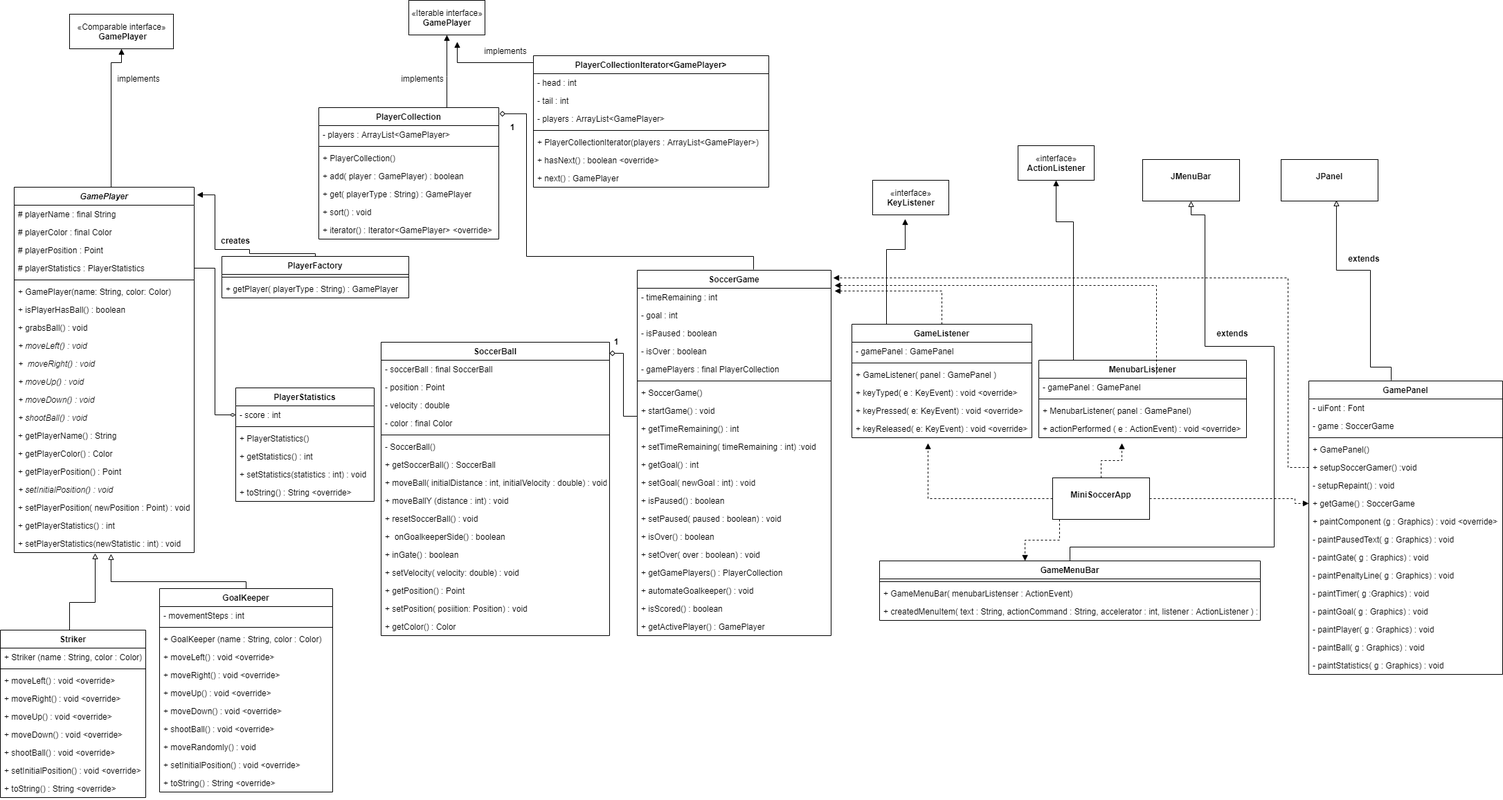
kim-boho/MiniSoccorGame-3311-Project2- keeps this draw.io diagram as UML-Class-Diagram/miniSoccerGame-uml.drawio.png. Above is the earlier version. Source tidied: cells renumbered, new cells last; positions are measured from the earlier drawing's top-left corner, leaving out a move shared by most shapes.
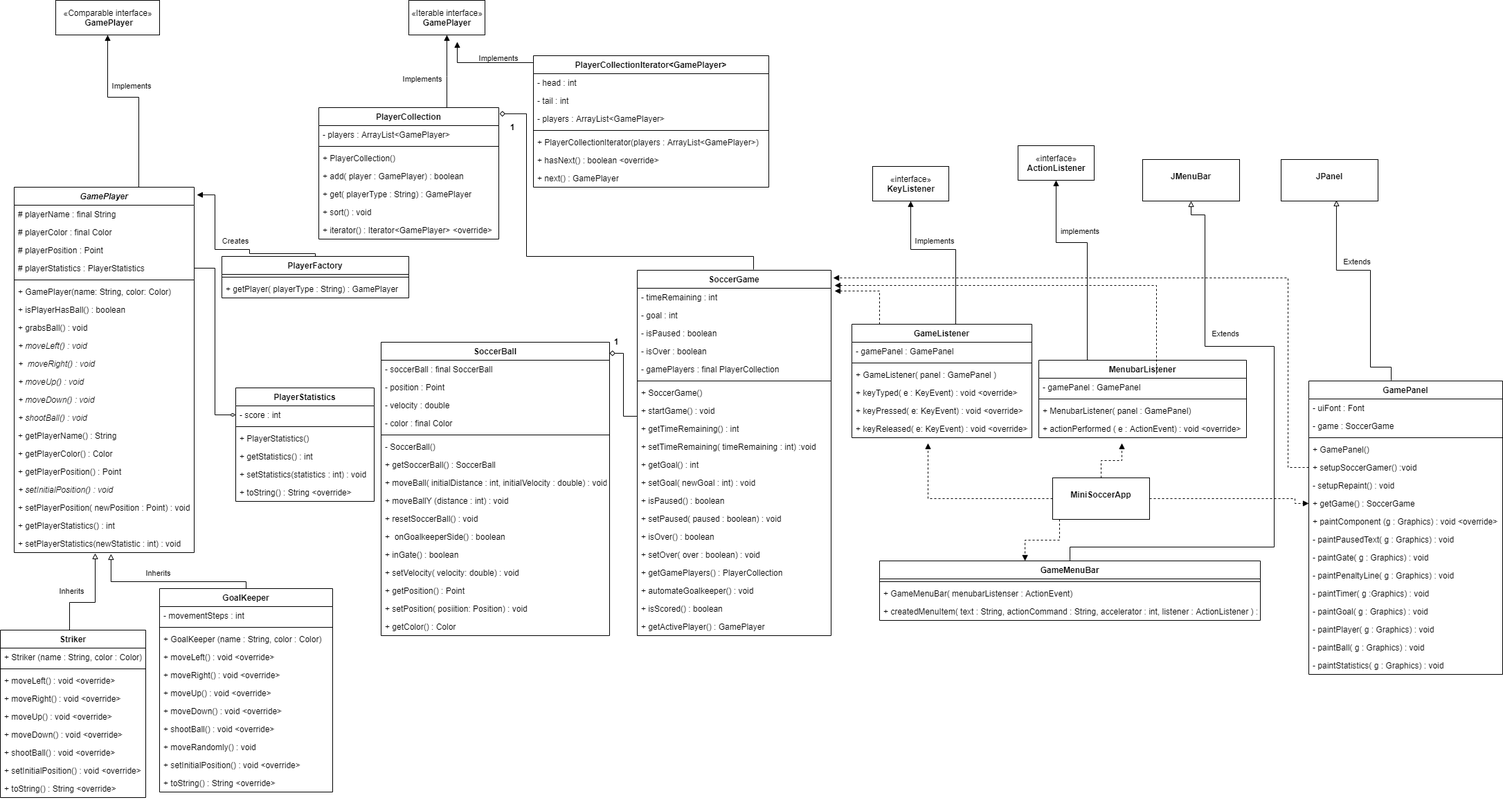
Later version of the same file.

Commit message:
update class diagram

What changed in the source:
```diff
@@ -5,8 +5,8 @@
     <mxCell id="2" style="edgeStyle=orthogonalEdgeStyle;rounded=0;jettySize=auto;html=1;entryX=0.5;entryY=1;entryDx=0;entryDy=0;endArrow=block;endFill=1;" parent="1" edge="1" source="3" target="57">
       <mxGeometry relative="1" as="geometry">
         <Array as="points">
-          <mxPoint x="160" y="90" />
-          <mxPoint x="175" y="90" />
+          <mxPoint x="200" y="140" />
+          <mxPoint x="155" y="140" />
         </Array>
       </mxGeometry>
     </mxCell>
@@ -188,13 +188,13 @@
       <mxGeometry y="164" width="260" height="26" as="geometry" />
     </mxCell>
     <mxCell id="57" value="«Comparable interface»&lt;br&gt;&lt;b&gt;&amp;nbsp;GamePlayer&lt;/b&gt;" style="html=1;" parent="1" vertex="1">
-      <mxGeometry x="100" y="20" width="150" height="50" as="geometry" />
+      <mxGeometry x="80" width="150" height="50" as="geometry" />
     </mxCell>
     <mxCell id="58" value="«Iterable interface»&lt;br&gt;&lt;b&gt;GamePlayer&lt;/b&gt;" style="html=1;" parent="1" vertex="1">
       <mxGeometry x="590" width="110" height="50" as="geometry" />
     </mxCell>
-    <mxCell id="59" value="implements" style="text;align=center;fontStyle=0;verticalAlign=middle;spacingLeft=3;spacingRight=3;strokeColor=none;" parent="1" vertex="1">
-      <mxGeometry x="690" y="60" width="80" height="26" as="geometry" />
+    <mxCell id="59" value="Implements" style="text;align=center;fontStyle=0;verticalAlign=middle;spacingLeft=3;spacingRight=3;strokeColor=none;fontSize=11;" parent="1" vertex="1">
+      <mxGeometry x="680" y="70" width="80" height="26" as="geometry" />
     </mxCell>
     <mxCell id="60" style="edgeStyle=orthogonalEdgeStyle;rounded=0;jettySize=auto;html=1;endArrow=block;endFill=1;" parent="1" edge="1" source="61">
       <mxGeometry relative="1" as="geometry">
@@ -228,7 +228,7 @@
     <mxCell id="68" value="+ next() : GamePlayer" style="text;strokeColor=none;fillColor=none;align=left;verticalAlign=top;spacingLeft=4;spacingRight=4;overflow=hidden;" parent="61" vertex="1">
       <mxGeometry y="164" width="340" height="26" as="geometry" />
     </mxCell>
-    <mxCell id="69" value="implements" style="text;align=center;fontStyle=0;verticalAlign=middle;spacingLeft=3;spacingRight=3;strokeColor=none;" parent="1" vertex="1">
+    <mxCell id="69" value="Implements" style="text;align=center;fontStyle=0;verticalAlign=middle;spacingLeft=3;spacingRight=3;strokeColor=none;fontSize=11;" parent="1" vertex="1">
       <mxGeometry x="570" y="100" width="80" height="26" as="geometry" />
     </mxCell>
     <mxCell id="70" style="edgeStyle=orthogonalEdgeStyle;rounded=0;jettySize=auto;html=1;entryX=1.015;entryY=0.021;entryDx=0;entryDy=0;entryPerimeter=0;endArrow=block;endFill=1;" parent="1" edge="1" target="3">
@@ -252,7 +252,7 @@
     <mxCell id="73" value="+ getPlayer( playerType : String) : GamePlayer" style="text;strokeColor=none;fillColor=none;align=left;verticalAlign=top;spacingLeft=4;spacingRight=4;overflow=hidden;" parent="71" vertex="1">
       <mxGeometry y="34" width="270" height="26" as="geometry" />
     </mxCell>
-    <mxCell id="74" value="creates" style="text;align=center;fontStyle=1;verticalAlign=middle;spacingLeft=3;spacingRight=3;strokeColor=none;" parent="1" vertex="1">
+    <mxCell id="74" value="Creates" style="text;align=center;fontStyle=0;verticalAlign=middle;spacingLeft=3;spacingRight=3;strokeColor=none;fontSize=11;" parent="1" vertex="1">
       <mxGeometry x="300" y="334" width="80" height="26" as="geometry" />
     </mxCell>
     <mxCell id="75" value="PlayerStatistics" style="swimlane;fontStyle=1;align=center;verticalAlign=top;horizontal=1;startSize=26;" parent="1" vertex="1">
@@ -411,22 +411,22 @@
         </Array>
       </mxGeometry>
     </mxCell>
-    <mxCell id="123" value="implements" style="text;align=center;fontStyle=0;verticalAlign=middle;spacingLeft=3;spacingRight=3;strokeColor=none;" parent="1" vertex="1">
-      <mxGeometry x="160" y="100" width="80" height="26" as="geometry" />
+    <mxCell id="123" value="Implements" style="text;align=center;fontStyle=0;verticalAlign=middle;spacingLeft=3;spacingRight=3;strokeColor=none;fontSize=11;" parent="1" vertex="1">
+      <mxGeometry x="150" y="110" width="80" height="26" as="geometry" />
     </mxCell>
-    <mxCell id="124" style="edgeStyle=orthogonalEdgeStyle;rounded=0;jettySize=auto;html=1;entryX=0.427;entryY=1.12;entryDx=0;entryDy=0;entryPerimeter=0;startArrow=none;startFill=0;endArrow=block;endFill=1;exitX=0.25;exitY=0;exitDx=0;exitDy=0;" parent="1" edge="1" source="126" target="133">
+    <mxCell id="124" style="edgeStyle=orthogonalEdgeStyle;rounded=0;jettySize=auto;html=1;entryX=0.5;entryY=1;entryDx=0;entryDy=0;startArrow=none;startFill=0;endArrow=block;endFill=1;exitX=0.25;exitY=0;exitDx=0;exitDy=0;" parent="1" edge="1" source="126" target="133">
       <mxGeometry relative="1" as="geometry">
         <Array as="points">
-          <mxPoint x="1280" y="468" />
-          <mxPoint x="1280" y="360" />
-          <mxPoint x="1307" y="360" />
+          <mxPoint x="1380" y="468" />
+          <mxPoint x="1380" y="360" />
+          <mxPoint x="1315" y="360" />
         </Array>
       </mxGeometry>
     </mxCell>
     <mxCell id="125" style="edgeStyle=orthogonalEdgeStyle;rounded=0;jettySize=auto;html=1;startArrow=none;startFill=0;endArrow=block;endFill=1;dashed=1;entryX=1.018;entryY=0.154;entryDx=0;entryDy=0;entryPerimeter=0;" parent="1" edge="1" source="126" target="101">
       <mxGeometry relative="1" as="geometry">
         <Array as="points">
-          <mxPoint x="1360" y="420" />
+          <mxPoint x="1270" y="420" />
         </Array>
       </mxGeometry>
     </mxCell>
@@ -452,7 +452,7 @@
       <mxGeometry y="138" width="260" height="26" as="geometry" />
     </mxCell>
     <mxCell id="133" value="«interface»&lt;br&gt;&lt;b&gt;KeyListener&lt;/b&gt;" style="html=1;" parent="1" vertex="1">
-      <mxGeometry x="1260" y="260" width="110" height="50" as="geometry" />
+      <mxGeometry x="1260" y="240" width="110" height="50" as="geometry" />
     </mxCell>
     <mxCell id="134" value="«interface»&lt;br&gt;&lt;b&gt;ActionListener&lt;/b&gt;" style="html=1;" parent="1" vertex="1">
       <mxGeometry x="1470" y="210" width="110" height="50" as="geometry" />
@@ -460,8 +460,8 @@
     <mxCell id="135" style="edgeStyle=orthogonalEdgeStyle;rounded=0;jettySize=auto;html=1;startArrow=none;startFill=0;endArrow=block;endFill=1;entryX=0.5;entryY=1;entryDx=0;entryDy=0;" parent="1" edge="1" source="136" target="134">
       <mxGeometry relative="1" as="geometry">
         <Array as="points">
-          <mxPoint x="1550" y="320" />
-          <mxPoint x="1525" y="320" />
+          <mxPoint x="1570" y="350" />
+          <mxPoint x="1525" y="350" />
         </Array>
       </mxGeometry>
     </mxCell>
@@ -580,11 +580,11 @@
     <mxCell id="166" value="&lt;p style=&quot;margin: 0px ; margin-top: 4px ; text-align: center&quot;&gt;&lt;br&gt;&lt;b&gt;JMenuBar&lt;/b&gt;&lt;/p&gt;" style="verticalAlign=top;align=left;overflow=fill;fontSize=12;fontFamily=Helvetica;html=1;" parent="1" vertex="1">
       <mxGeometry x="1650" y="230" width="140" height="60" as="geometry" />
     </mxCell>
-    <mxCell id="167" value="extends" style="text;align=center;fontStyle=1;verticalAlign=middle;spacingLeft=3;spacingRight=3;strokeColor=none;" parent="1" vertex="1">
-      <mxGeometry x="1930" y="360" width="80" height="26" as="geometry" />
+    <mxCell id="167" value="Extends" style="text;align=center;fontStyle=0;verticalAlign=middle;spacingLeft=3;spacingRight=3;strokeColor=none;fontSize=11;" parent="1" vertex="1">
+      <mxGeometry x="1920" y="364" width="80" height="26" as="geometry" />
     </mxCell>
-    <mxCell id="168" value="extends" style="text;align=center;fontStyle=1;verticalAlign=middle;spacingLeft=3;spacingRight=3;strokeColor=none;" parent="1" vertex="1">
-      <mxGeometry x="1740" y="468" width="80" height="26" as="geometry" />
+    <mxCell id="168" value="Extends" style="text;align=center;fontStyle=0;verticalAlign=middle;spacingLeft=3;spacingRight=3;strokeColor=none;fontSize=11;" parent="1" vertex="1">
+      <mxGeometry x="1730" y="468" width="80" height="26" as="geometry" />
     </mxCell>
     <mxCell id="169" style="edgeStyle=orthogonalEdgeStyle;rounded=0;jettySize=auto;html=1;endArrow=block;endFill=1;dashed=1;entryX=1.011;entryY=0.021;entryDx=0;entryDy=0;entryPerimeter=0;exitX=0;exitY=0.5;exitDx=0;exitDy=0;" parent="1" edge="1" source="153" target="100">
       <mxGeometry relative="1" as="geometry">
@@ -628,5 +628,17 @@
     <mxCell id="176" value="1" style="text;align=center;fontStyle=1;verticalAlign=middle;spacingLeft=3;spacingRight=3;strokeColor=none;" parent="1" vertex="1">
       <mxGeometry x="880" y="480" width="20" height="26" as="geometry" />
     </mxCell>
+    <mxCell id="177" value="Inherits " style="text;align=center;fontStyle=0;verticalAlign=middle;spacingLeft=3;spacingRight=3;strokeColor=none;fontSize=11;" parent="1" vertex="1">
+      <mxGeometry x="80" y="840" width="50" height="26" as="geometry" />
+    </mxCell>
+    <mxCell id="178" value="Inherits " style="text;align=center;fontStyle=0;verticalAlign=middle;spacingLeft=3;spacingRight=3;strokeColor=none;fontSize=11;" parent="1" vertex="1">
+      <mxGeometry x="190" y="814" width="80" height="26" as="geometry" />
+    </mxCell>
+    <mxCell id="179" value="Implements" style="text;align=center;fontStyle=0;verticalAlign=middle;spacingLeft=3;spacingRight=3;strokeColor=none;fontSize=11;" parent="1" vertex="1">
+      <mxGeometry x="1310" y="334" width="80" height="26" as="geometry" />
+    </mxCell>
+    <mxCell id="180" value="implements" style="text;align=center;fontStyle=0;verticalAlign=middle;spacingLeft=3;spacingRight=3;strokeColor=none;fontSize=11;" parent="1" vertex="1">
+      <mxGeometry x="1520" y="320" width="80" height="26" as="geometry" />
+    </mxCell>
   </root>
 </mxGraphModel>
```
